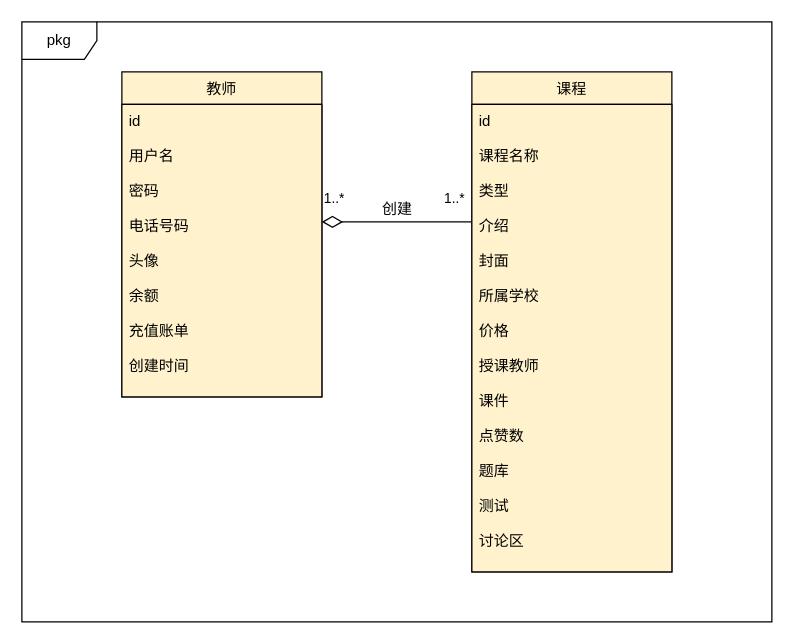
This is 创建课程概念类图.drawio from hu19891213/image, a draw.io file, before an edit. Source tidied: cells renumbered, new cells numbered last; positions are measured from the earlier drawing's top-left corner, leaving out a move shared by most shapes. Both pictures are drawn from the tidied source at 125%, with x=0, y=0 at pixel (21, 21).
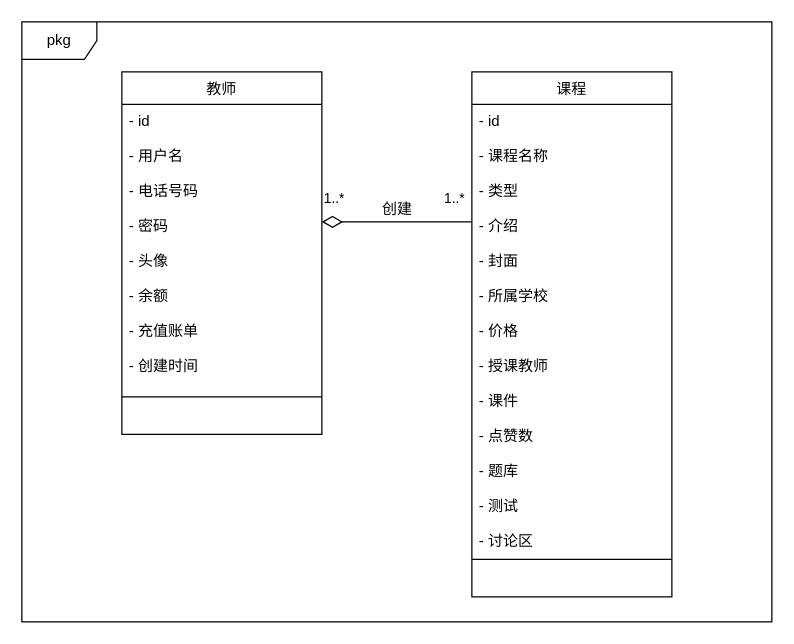
The same page after the edit.

Commit message:
更新创建课程概念类图.drawio

What changed in the source:
```diff
@@
 <mxGraphModel>
   <root>
     <mxCell id="0" />
     <mxCell id="1" parent="0" />
+    <mxCell id="9" value="pkg" style="shape=umlFrame;whiteSpace=wrap;html=1;strokeColor=#000000;" parent="1" vertex="1">
+      <mxGeometry width="600" height="480" as="geometry" />
+    </mxCell>
-    <mxCell id="2" value="教师" style="swimlane;fontStyle=0;horizontal=1;startSize=26;fillColor=#fff2cc;" parent="1" vertex="1">
-      <mxGeometry x="80" y="40" width="160" height="260" as="geometry" />
+    <mxCell id="2" value="教师" style="swimlane;fontStyle=0;horizontal=1;startSize=26;" parent="1" vertex="1">
+      <mxGeometry x="80" y="40" width="160" height="290" as="geometry" />
     </mxCell>
-    <mxCell id="3" value="id&#10;&#10;用户名&#10;&#10;密码&#10;&#10;电话号码&#10;&#10;头像&#10;&#10;余额&#10;&#10;充值账单&#10;&#10;创建时间" style="text;fillColor=#fff2cc;align=left;verticalAlign=top;spacingLeft=4;spacingRight=4;overflow=hidden;strokeColor=#000000;" parent="2" vertex="1">
-      <mxGeometry y="26" width="160" height="234" as="geometry" />
+    <mxCell id="3" value="- id&#10;&#10;- 用户名&#10;&#10;- 电话号码&#10;&#10;- 密码&#10;&#10;- 头像&#10;&#10;- 余额&#10;&#10;- 充值账单&#10;&#10;- 创建时间" style="text;align=left;verticalAlign=top;spacingLeft=4;spacingRight=4;overflow=hidden;" parent="2" vertex="1">
+      <mxGeometry y="26" width="160" height="264" as="geometry" />
     </mxCell>
+    <mxCell id="10" style="endArrow=none;startArrow=none;endFill=0;startFill=0;endSize=8;html=1;verticalAlign=bottom;labelBackgroundColor=none;strokeWidth=1;" parent="2" edge="1">
+      <mxGeometry relative="1" as="geometry">
+        <mxPoint y="260" as="sourcePoint" />
+        <mxPoint x="160" y="260" as="targetPoint" />
+      </mxGeometry>
+    </mxCell>
-    <mxCell id="4" value="课程" style="swimlane;fontStyle=0;horizontal=1;startSize=26;fillColor=#fff2cc;" parent="1" vertex="1">
-      <mxGeometry x="360" y="40" width="160" height="400" as="geometry" />
+    <mxCell id="4" value="课程" style="swimlane;fontStyle=0;horizontal=1;startSize=26;" parent="1" vertex="1">
+      <mxGeometry x="360" y="40" width="160" height="420" as="geometry" />
     </mxCell>
-    <mxCell id="5" value="id&#10;&#10;课程名称&#10;&#10;类型&#10;&#10;介绍&#10;&#10;封面&#10;&#10;所属学校&#10;&#10;价格&#10;&#10;授课教师&#10;&#10;课件&#10;&#10;点赞数&#10;&#10;题库&#10;&#10;测试&#10;&#10;讨论区" style="text;fillColor=#fff2cc;align=left;verticalAlign=top;spacingLeft=4;spacingRight=4;overflow=hidden;strokeColor=#000000;" parent="4" vertex="1">
-      <mxGeometry y="26" width="160" height="374" as="geometry" />
+    <mxCell id="5" value="- id&#10;&#10;- 课程名称&#10;&#10;- 类型&#10;&#10;- 介绍&#10;&#10;- 封面&#10;&#10;- 所属学校&#10;&#10;- 价格&#10;&#10;- 授课教师&#10;&#10;- 课件&#10;&#10;- 点赞数&#10;&#10;- 题库&#10;&#10;- 测试&#10;&#10;- 讨论区" style="text;align=left;verticalAlign=top;spacingLeft=4;spacingRight=4;overflow=hidden;" parent="4" vertex="1">
+      <mxGeometry y="26" width="160" height="394" as="geometry" />
     </mxCell>
+    <mxCell id="11" style="endArrow=none;startArrow=none;endFill=0;startFill=0;endSize=8;html=1;verticalAlign=bottom;labelBackgroundColor=none;strokeWidth=1;" parent="4" edge="1">
+      <mxGeometry relative="1" as="geometry">
+        <mxPoint y="390" as="sourcePoint" />
+        <mxPoint x="160" y="390" as="targetPoint" />
+      </mxGeometry>
+    </mxCell>
     <mxCell id="6" value="1..*" style="endArrow=none;html=1;endSize=12;startArrow=diamondThin;startSize=14;startFill=0;edgeStyle=orthogonalEdgeStyle;align=left;verticalAlign=bottom;endFill=0;" parent="1" edge="1">
       <mxGeometry x="-1" y="10" relative="1" as="geometry">
         <mxPoint x="240" y="160" as="sourcePoint" />
         <mxPoint x="360" y="160" as="targetPoint" />
       </mxGeometry>
     </mxCell>
     <mxCell id="7" value="1..*" style="edgeLabel;html=1;align=center;verticalAlign=middle;" parent="6" vertex="1">
       <mxGeometry x="0.77" y="3" relative="1" as="geometry">
         <mxPoint x="-1" y="-17" as="offset" />
       </mxGeometry>
     </mxCell>
     <mxCell id="8" value="创建" style="text;html=1;align=center;verticalAlign=middle;fillColor=none;strokeColor=none;rounded=0;" parent="1" vertex="1">
       <mxGeometry x="280" y="140" width="40" height="20" as="geometry" />
     </mxCell>
-    <mxCell id="9" value="pkg" style="shape=umlFrame;whiteSpace=wrap;html=1;strokeColor=#000000;" parent="1" vertex="1">
-      <mxGeometry width="600" height="480" as="geometry" />
-    </mxCell>
   </root>
 </mxGraphModel>
```
